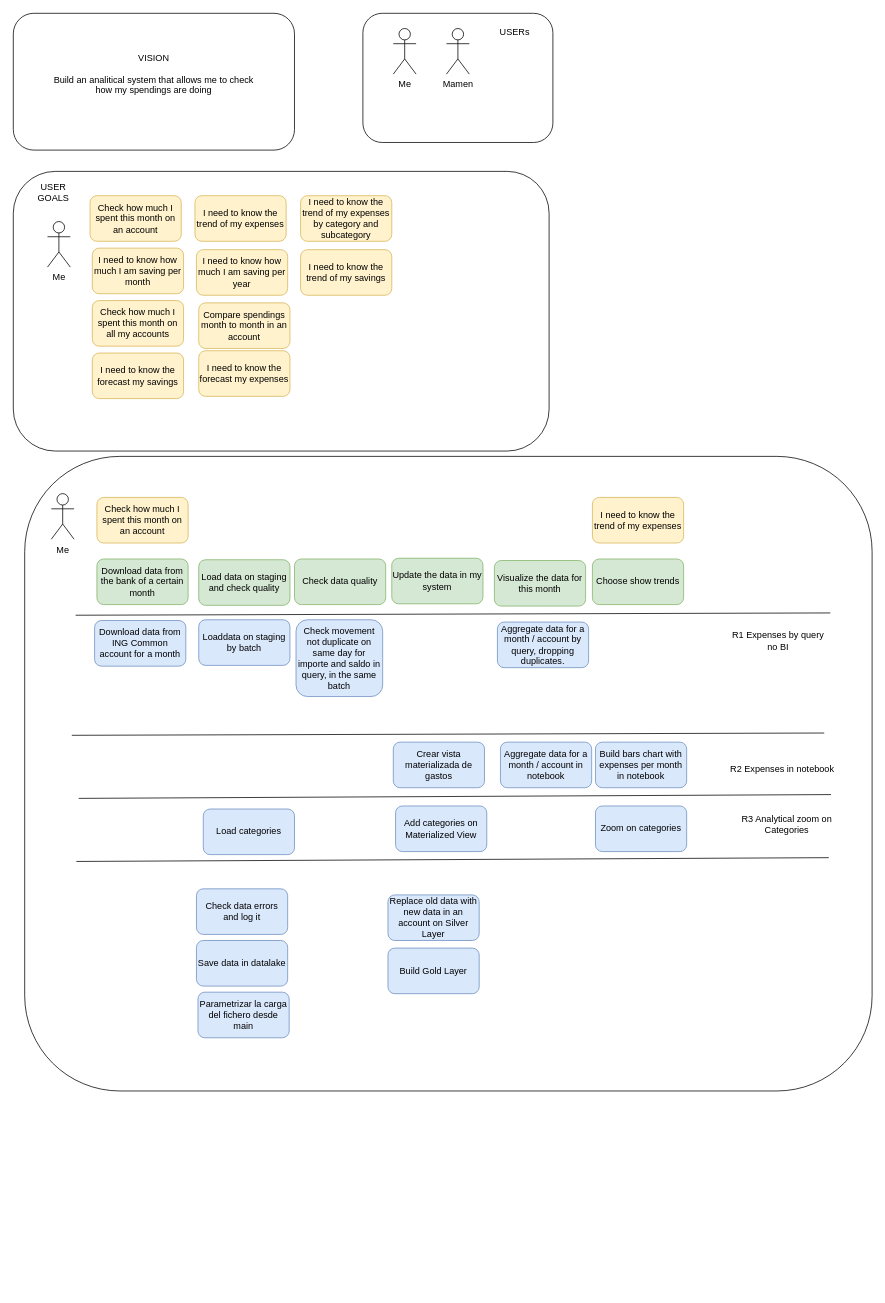
Before: page "User Story Mapping" (1 of 6) of diagrams/diagrams.dio in cperezh/DataEng_Patterns, a draw.io diagram. Source tidied: cells renumbered, new cells numbered last; positions are measured from the earlier drawing's top-left corner, leaving out a move shared by most shapes. Both pictures are drawn from the tidied source at 76%, with x=0, y=0 at pixel (13, 13).
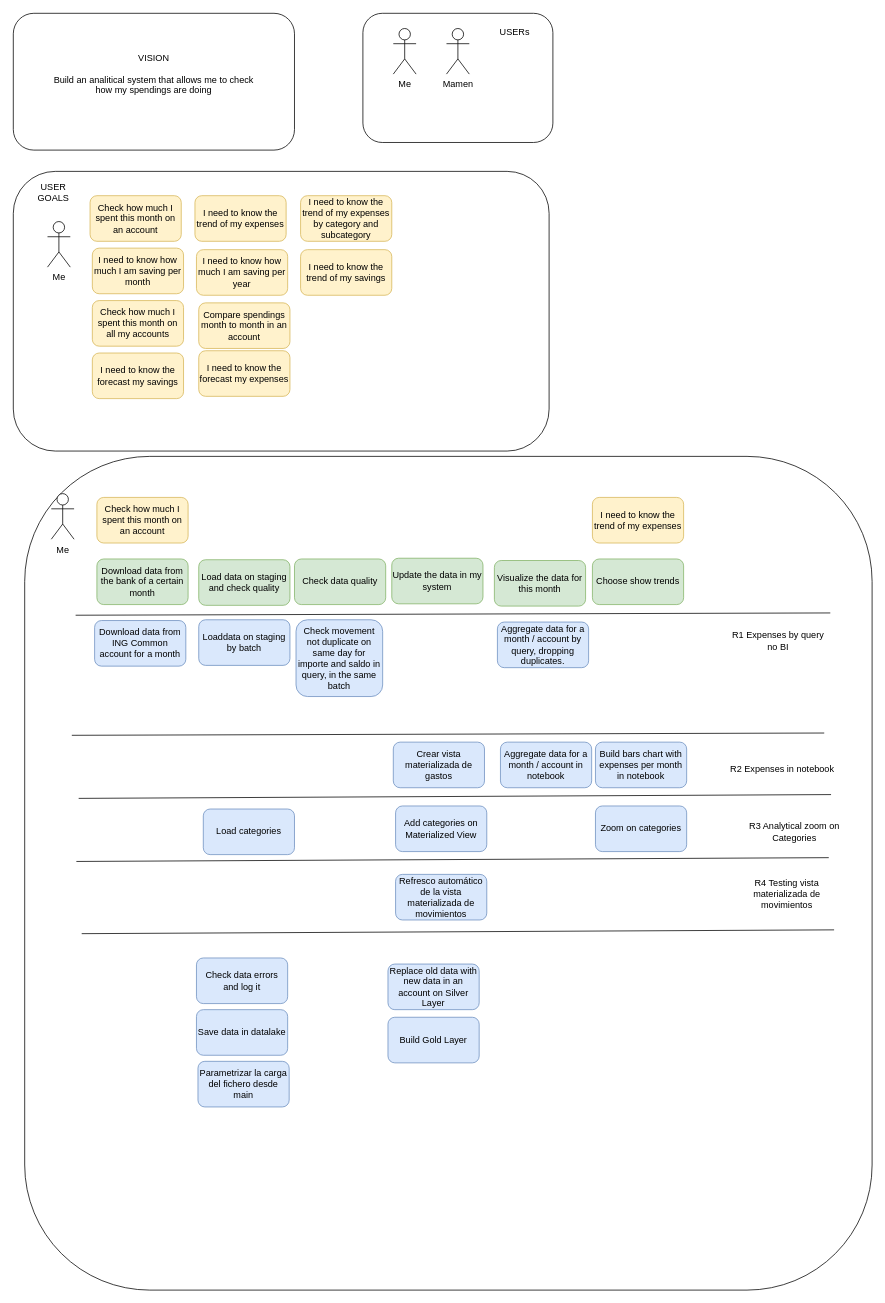
Above is the later version.

Diff of the diagram source:
```diff
@@
     <mxCell id="2" style="rounded=1;whiteSpace=wrap;html=1;" parent="1" vertex="1">
-      <mxGeometry x="15" y="583" width="1115" height="835" as="geometry" />
+      <mxGeometry x="15" y="583" width="1115" height="1097" as="geometry" />
     </mxCell>
@@
     <mxCell id="29" value="Replace old data with new data in an account on Silver Layer" style="rounded=1;whiteSpace=wrap;html=1;strokeColor=#6c8ebf;align=center;verticalAlign=middle;fontFamily=Helvetica;fontSize=12;fillColor=#dae8fc;" parent="1" vertex="1">
-      <mxGeometry x="493" y="1160" width="120" height="60" as="geometry" />
+      <mxGeometry x="493" y="1251" width="120" height="60" as="geometry" />
     </mxCell>
@@
-    <mxCell id="36" value="R3 Analytical zoom on Categories" style="text;html=1;align=center;verticalAlign=middle;whiteSpace=wrap;rounded=0;" parent="1" vertex="1">
-      <mxGeometry x="938" y="1052" width="160" height="30" as="geometry" />
+    <mxCell id="36" value="R4 Testing vista materializada de movimientos" style="text;html=1;align=center;verticalAlign=middle;whiteSpace=wrap;rounded=0;" parent="1" vertex="1">
+      <mxGeometry x="938" y="1144" width="160" height="30" as="geometry" />
     </mxCell>
     <mxCell id="37" value="Save data in datalake" style="rounded=1;whiteSpace=wrap;html=1;strokeColor=#6c8ebf;align=center;verticalAlign=middle;fontFamily=Helvetica;fontSize=12;fillColor=#dae8fc;" parent="1" vertex="1">
-      <mxGeometry x="241" y="1220" width="120" height="60" as="geometry" />
+      <mxGeometry x="241" y="1311" width="120" height="60" as="geometry" />
     </mxCell>
     <mxCell id="38" value="Build Gold Layer" style="rounded=1;whiteSpace=wrap;html=1;strokeColor=#6c8ebf;align=center;verticalAlign=middle;fontFamily=Helvetica;fontSize=12;fillColor=#dae8fc;" parent="1" vertex="1">
-      <mxGeometry x="493" y="1230" width="120" height="60" as="geometry" />
+      <mxGeometry x="493" y="1321" width="120" height="60" as="geometry" />
     </mxCell>
@@
     <mxCell id="45" value="Check data errors and log it" style="rounded=1;whiteSpace=wrap;html=1;strokeColor=#6c8ebf;align=center;verticalAlign=middle;fontFamily=Helvetica;fontSize=12;fillColor=#dae8fc;" parent="1" vertex="1">
-      <mxGeometry x="241" y="1152" width="120" height="60" as="geometry" />
+      <mxGeometry x="241" y="1243" width="120" height="60" as="geometry" />
     </mxCell>
     <mxCell id="46" value="Parametrizar la carga del fichero desde main" style="rounded=1;whiteSpace=wrap;html=1;strokeColor=#6c8ebf;align=center;verticalAlign=middle;fontFamily=Helvetica;fontSize=12;fillColor=#dae8fc;" parent="1" vertex="1">
-      <mxGeometry x="243" y="1288" width="120" height="60" as="geometry" />
+      <mxGeometry x="243" y="1379" width="120" height="60" as="geometry" />
     </mxCell>
@@
+    <mxCell id="53" value="Refresco automático de la vista materializada de movimientos" style="rounded=1;whiteSpace=wrap;html=1;strokeColor=#6c8ebf;align=center;verticalAlign=middle;fontFamily=Helvetica;fontSize=12;fillColor=#dae8fc;" parent="1" vertex="1">
+      <mxGeometry x="503" y="1133" width="120" height="60" as="geometry" />
+    </mxCell>
+    <mxCell id="54" style="endArrow=none;html=1;" parent="1" edge="1">
+      <mxGeometry relative="1" as="geometry">
+        <mxPoint x="90" y="1211" as="sourcePoint" />
+        <mxPoint x="1080" y="1206" as="targetPoint" />
+      </mxGeometry>
+    </mxCell>
+    <mxCell id="55" value="R3 Analytical zoom on Categories" style="text;html=1;align=center;verticalAlign=middle;whiteSpace=wrap;rounded=0;" parent="1" vertex="1">
+      <mxGeometry x="948" y="1062" width="160" height="30" as="geometry" />
+    </mxCell>
```
